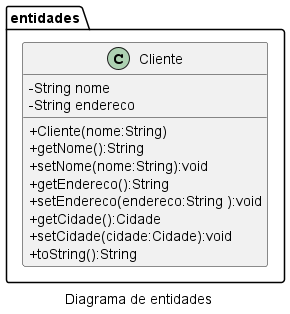
This is FSO2024-2-POO/diagramas/png/classes.png from waltercoan/FSO2024-2, a PlantUML export, as it was before one commit. Its diagram source:
```plantuml
@startuml
skinparam classAttributeIconSize 0
caption Diagrama de entidades
namespace entidades {
    class Cliente {
        - String nome
        - String endereco
        + Cliente(nome:String)
        + getNome():String
        + setNome(nome:String):void
        + getEndereco():String
        + setEndereco(endereco:String ):void
        + getCidade():Cidade
        + setCidade(cidade:Cidade):void
        + toString():String
    }
@enduml
```
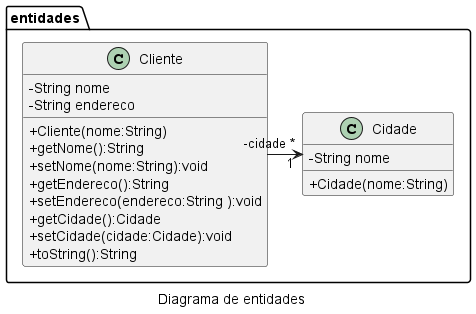
Later version of the same file.

What changed in the source:
```diff
@@ -14,4 +14,10 @@
         + setCidade(cidade:Cidade):void
         + toString():String
     }
+    class Cidade {
+        - String nome
+        + Cidade(nome:String)
+    }
+
+    Cliente "-cidade *" -> "1" Cidade
 @enduml
```
